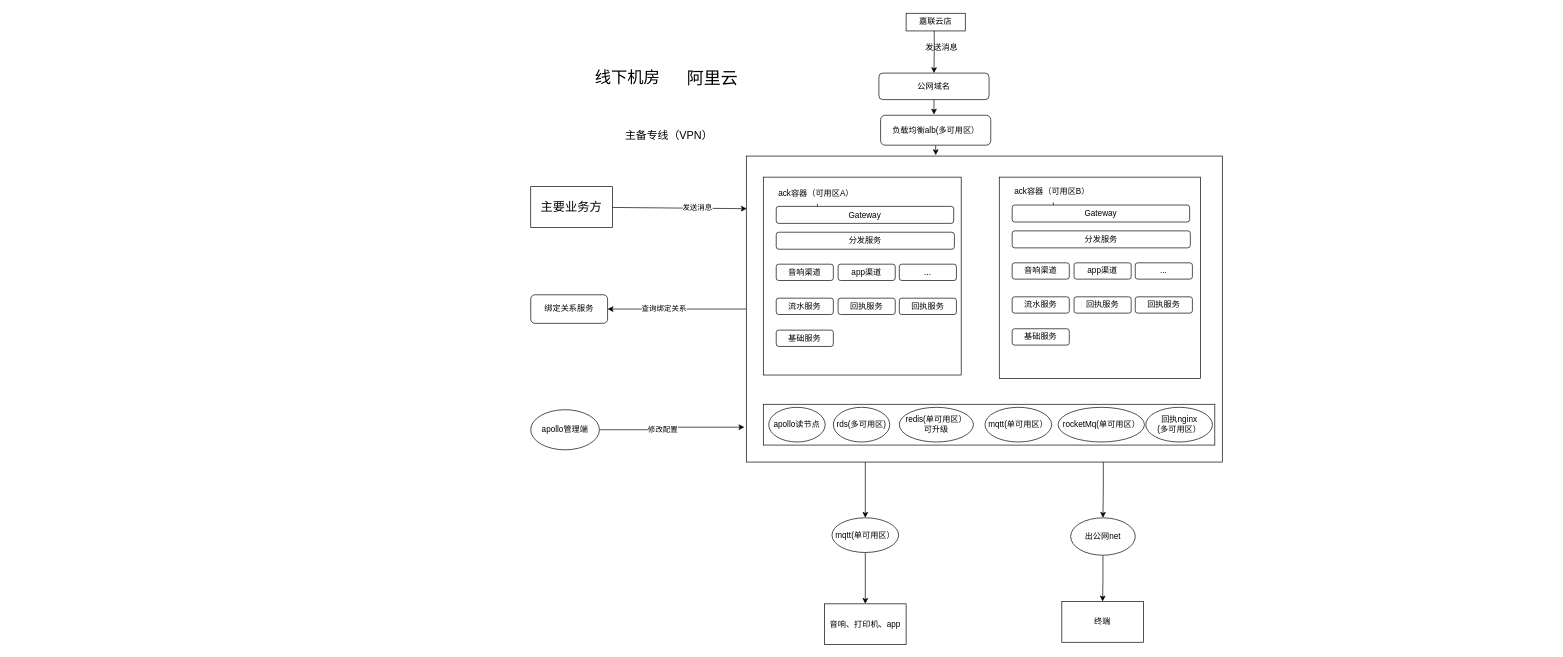
This is 推送可用区分析.drawio from lewis-lab/hello-world, a draw.io file, before an edit. Source tidied: cells renumbered, new cells numbered last; positions are measured from the earlier drawing's top-left corner, leaving out a move shared by most shapes. Both pictures are drawn from the tidied source at 68%, with x=0, y=0 at pixel (530, 13).
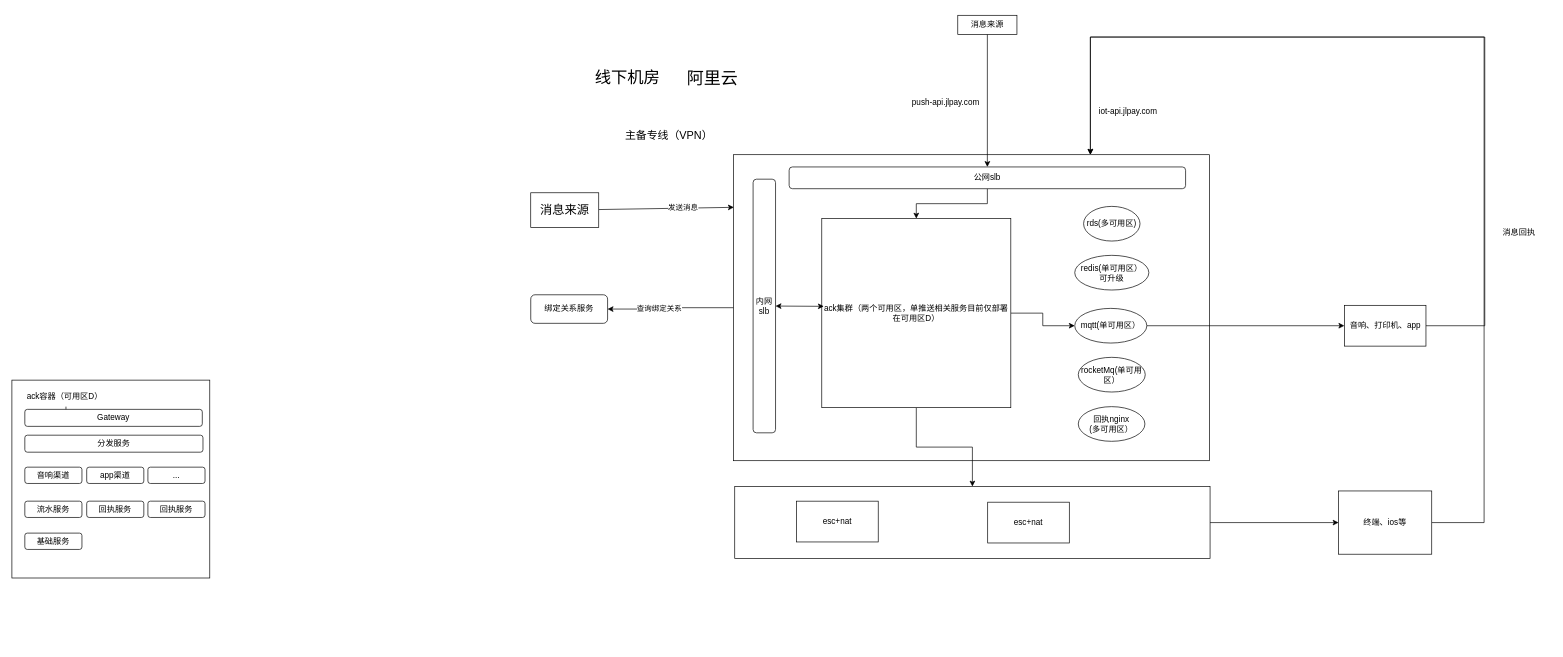
The same page after the edit.

Commit message:
更新推送可用区分析.drawio

What changed in the source:
```diff
@@
-    <mxCell id="4" style="edgeStyle=orthogonalEdgeStyle;rounded=0;jettySize=auto;html=1;exitX=0.25;exitY=1;exitDx=0;exitDy=0;entryX=0.5;entryY=0;entryDx=0;entryDy=0;" parent="1" edge="1" source="6" target="57">
-      <mxGeometry relative="1" as="geometry" />
-    </mxCell>
-    <mxCell id="5" style="edgeStyle=orthogonalEdgeStyle;rounded=0;jettySize=auto;html=1;exitX=0.75;exitY=1;exitDx=0;exitDy=0;entryX=0.5;entryY=0;entryDx=0;entryDy=0;" parent="1" edge="1" source="6" target="53">
-      <mxGeometry relative="1" as="geometry" />
-    </mxCell>
     <mxCell id="6" style="rounded=0;whiteSpace=wrap;html=1;fillStyle=auto;gradientColor=default;fillColor=none;" parent="1" vertex="1">
-      <mxGeometry x="317" y="210" width="700" height="450" as="geometry" />
+      <mxGeometry x="298" y="208" width="700" height="450" as="geometry" />
     </mxCell>
-    <mxCell id="7" style="edgeStyle=orthogonalEdgeStyle;rounded=0;jettySize=auto;html=1;exitX=0.5;exitY=1;exitDx=0;exitDy=0;" parent="1" edge="1" source="8">
-      <mxGeometry relative="1" as="geometry">
-        <mxPoint x="593" y="149" as="targetPoint" />
-        <Array as="points">
-          <mxPoint x="593" y="149" />
-          <mxPoint x="593" y="149" />
-        </Array>
-      </mxGeometry>
-    </mxCell>
-    <mxCell id="8" value="公网域名" style="rounded=1;whiteSpace=wrap;html=1;" parent="1" vertex="1">
-      <mxGeometry x="512" y="88" width="162" height="39" as="geometry" />
-    </mxCell>
     <mxCell id="9" style="whiteSpace=wrap;html=1;" parent="1" vertex="1">
-      <mxGeometry x="342" y="241" width="291" height="291" as="geometry" />
+      <mxGeometry x="-763" y="539.5" width="291" height="291" as="geometry" />
     </mxCell>
@@
-    <mxCell id="11" value="ack容器（可用区A）&amp;nbsp;" style="text;html=1;strokeColor=none;fillColor=none;align=center;verticalAlign=middle;whiteSpace=wrap;rounded=0;" parent="1" vertex="1">
-      <mxGeometry x="342" y="250" width="159" height="30" as="geometry" />
+    <mxCell id="11" value="ack容器（可用区D）&amp;nbsp;" style="text;html=1;strokeColor=none;fillColor=none;align=center;verticalAlign=middle;whiteSpace=wrap;rounded=0;" parent="1" vertex="1">
+      <mxGeometry x="-763" y="548.5" width="159" height="30" as="geometry" />
     </mxCell>
     <mxCell id="12" value="Gateway" style="rounded=1;whiteSpace=wrap;html=1;" parent="1" vertex="1">
-      <mxGeometry x="361" y="284" width="261" height="25" as="geometry" />
+      <mxGeometry x="-744" y="582.5" width="261" height="25" as="geometry" />
     </mxCell>
     <mxCell id="13" value="分发服务" style="rounded=1;whiteSpace=wrap;html=1;" parent="1" vertex="1">
-      <mxGeometry x="361" y="322" width="262" height="25" as="geometry" />
+      <mxGeometry x="-744" y="620.5" width="262" height="25" as="geometry" />
     </mxCell>
     <mxCell id="14" value="音响渠道" style="rounded=1;whiteSpace=wrap;html=1;" parent="1" vertex="1">
-      <mxGeometry x="361" y="369" width="84" height="24" as="geometry" />
+      <mxGeometry x="-744" y="667.5" width="84" height="24" as="geometry" />
     </mxCell>
     <mxCell id="15" value="app渠道" style="rounded=1;whiteSpace=wrap;html=1;" parent="1" vertex="1">
-      <mxGeometry x="452" y="369" width="84" height="24" as="geometry" />
+      <mxGeometry x="-653" y="667.5" width="84" height="24" as="geometry" />
     </mxCell>
     <mxCell id="16" value="..." style="rounded=1;whiteSpace=wrap;html=1;" parent="1" vertex="1">
-      <mxGeometry x="542" y="369" width="84" height="24" as="geometry" />
+      <mxGeometry x="-563" y="667.5" width="84" height="24" as="geometry" />
     </mxCell>
     <mxCell id="17" value="流水服务" style="rounded=1;whiteSpace=wrap;html=1;" parent="1" vertex="1">
-      <mxGeometry x="361" y="419" width="84" height="24" as="geometry" />
+      <mxGeometry x="-744" y="717.5" width="84" height="24" as="geometry" />
     </mxCell>
     <mxCell id="18" value="回执服务" style="rounded=1;whiteSpace=wrap;html=1;" parent="1" vertex="1">
-      <mxGeometry x="452" y="419" width="84" height="24" as="geometry" />
+      <mxGeometry x="-653" y="717.5" width="84" height="24" as="geometry" />
     </mxCell>
     <mxCell id="19" value="回执服务" style="rounded=1;whiteSpace=wrap;html=1;" parent="1" vertex="1">
-      <mxGeometry x="542" y="419" width="84" height="24" as="geometry" />
+      <mxGeometry x="-563" y="717.5" width="84" height="24" as="geometry" />
     </mxCell>
     <mxCell id="20" value="基础服务" style="rounded=1;whiteSpace=wrap;html=1;" parent="1" vertex="1">
-      <mxGeometry x="361" y="466" width="84" height="24" as="geometry" />
+      <mxGeometry x="-744" y="764.5" width="84" height="24" as="geometry" />
     </mxCell>
-    <mxCell id="21" style="whiteSpace=wrap;html=1;" parent="1" vertex="1">
-      <mxGeometry x="689" y="241" width="296" height="296" as="geometry" />
-    </mxCell>
-    <mxCell id="22" style="edgeStyle=orthogonalEdgeStyle;rounded=0;jettySize=auto;html=1;" parent="1" edge="1" source="23" target="24">
-      <mxGeometry relative="1" as="geometry" />
-    </mxCell>
-    <mxCell id="23" value="ack容器（可用区B）&amp;nbsp;" style="text;html=1;strokeColor=none;fillColor=none;align=center;verticalAlign=middle;whiteSpace=wrap;rounded=0;" parent="1" vertex="1">
-      <mxGeometry x="689" y="248" width="159" height="30" as="geometry" />
-    </mxCell>
-    <mxCell id="24" value="Gateway" style="rounded=1;whiteSpace=wrap;html=1;" parent="1" vertex="1">
-      <mxGeometry x="708" y="282" width="261" height="25" as="geometry" />
-    </mxCell>
-    <mxCell id="25" value="分发服务" style="rounded=1;whiteSpace=wrap;html=1;" parent="1" vertex="1">
-      <mxGeometry x="708" y="320" width="262" height="25" as="geometry" />
-    </mxCell>
-    <mxCell id="26" value="音响渠道" style="rounded=1;whiteSpace=wrap;html=1;" parent="1" vertex="1">
-      <mxGeometry x="708" y="367" width="84" height="24" as="geometry" />
-    </mxCell>
-    <mxCell id="27" value="app渠道" style="rounded=1;whiteSpace=wrap;html=1;" parent="1" vertex="1">
-      <mxGeometry x="799" y="367" width="84" height="24" as="geometry" />
-    </mxCell>
-    <mxCell id="28" value="..." style="rounded=1;whiteSpace=wrap;html=1;" parent="1" vertex="1">
-      <mxGeometry x="889" y="367" width="84" height="24" as="geometry" />
-    </mxCell>
-    <mxCell id="29" value="流水服务" style="rounded=1;whiteSpace=wrap;html=1;" parent="1" vertex="1">
-      <mxGeometry x="708" y="417" width="84" height="24" as="geometry" />
-    </mxCell>
-    <mxCell id="30" value="回执服务" style="rounded=1;whiteSpace=wrap;html=1;" parent="1" vertex="1">
-      <mxGeometry x="799" y="417" width="84" height="24" as="geometry" />
-    </mxCell>
-    <mxCell id="31" value="回执服务" style="rounded=1;whiteSpace=wrap;html=1;" parent="1" vertex="1">
-      <mxGeometry x="889" y="417" width="84" height="24" as="geometry" />
-    </mxCell>
-    <mxCell id="32" value="基础服务" style="rounded=1;whiteSpace=wrap;html=1;" parent="1" vertex="1">
-      <mxGeometry x="708" y="464" width="84" height="24" as="geometry" />
-    </mxCell>
@@
-    <mxCell id="37" style="edgeStyle=orthogonalEdgeStyle;rounded=0;orthogonalLoop=1;jettySize=auto;html=1;exitX=0.5;exitY=1;exitDx=0;exitDy=0;" parent="1" edge="1" source="6" target="6">
-      <mxGeometry relative="1" as="geometry" />
+    <mxCell id="37" style="edgeStyle=orthogonalEdgeStyle;rounded=0;orthogonalLoop=1;jettySize=auto;html=1;exitX=0.5;exitY=1;exitDx=0;exitDy=0;" parent="1" edge="1">
+      <mxGeometry relative="1" as="geometry">
+        <mxPoint x="1493" y="620" as="sourcePoint" />
+        <mxPoint x="1493" y="620" as="targetPoint" />
+      </mxGeometry>
     </mxCell>
-    <mxCell id="38" style="rounded=0;whiteSpace=wrap;html=1;" parent="1" vertex="1">
-      <mxGeometry x="342" y="575" width="664" height="60" as="geometry" />
-    </mxCell>
-    <mxCell id="39" value="apollo读节点" style="ellipse;whiteSpace=wrap;html=1;" parent="1" vertex="1">
-      <mxGeometry x="350" y="579.5" width="83" height="51" as="geometry" />
-    </mxCell>
     <mxCell id="40" value="rds(多可用区)" style="ellipse;whiteSpace=wrap;html=1;" parent="1" vertex="1">
-      <mxGeometry x="445" y="579.5" width="83" height="51" as="geometry" />
+      <mxGeometry x="813" y="284" width="83" height="51" as="geometry" />
     </mxCell>
     <mxCell id="41" value="redis(单可用区）&lt;br&gt;可升级" style="ellipse;whiteSpace=wrap;html=1;" parent="1" vertex="1">
-      <mxGeometry x="542" y="579.5" width="109" height="51" as="geometry" />
+      <mxGeometry x="800" y="356" width="109" height="51" as="geometry" />
     </mxCell>
@@
     <mxCell id="43" value="rocketMq(单可用区）" style="ellipse;whiteSpace=wrap;html=1;" parent="1" vertex="1">
-      <mxGeometry x="775.5" y="579.5" width="127" height="51" as="geometry" />
+      <mxGeometry x="805.2" y="506" width="98.5" height="51" as="geometry" />
     </mxCell>
-    <mxCell id="44" style="edgeStyle=orthogonalEdgeStyle;rounded=0;orthogonalLoop=1;jettySize=auto;html=1;exitX=0.5;exitY=1;exitDx=0;exitDy=0;" parent="1" edge="1" source="6" target="6">
-      <mxGeometry relative="1" as="geometry" />
+    <mxCell id="44" style="edgeStyle=orthogonalEdgeStyle;rounded=0;orthogonalLoop=1;jettySize=auto;html=1;exitX=0.5;exitY=1;exitDx=0;exitDy=0;" parent="1" edge="1">
+      <mxGeometry relative="1" as="geometry">
+        <mxPoint x="1493" y="620" as="sourcePoint" />
+        <mxPoint x="1493" y="620" as="targetPoint" />
+      </mxGeometry>
     </mxCell>
-    <mxCell id="45" style="edgeStyle=orthogonalEdgeStyle;rounded=0;jettySize=auto;html=1;entryX=-0.004;entryY=0.886;entryDx=0;entryDy=0;entryPerimeter=0;" parent="1" edge="1" source="47" target="6">
-      <mxGeometry relative="1" as="geometry" />
-    </mxCell>
-    <mxCell id="46" value="修改配置" style="edgeLabel;html=1;align=center;verticalAlign=middle;" parent="45" vertex="1">
-      <mxGeometry x="-0.15" y="1" relative="1" as="geometry" />
-    </mxCell>
-    <mxCell id="47" value="apollo管理端" style="ellipse;whiteSpace=wrap;html=1;" parent="1" vertex="1">
-      <mxGeometry y="583" width="101" height="59" as="geometry" />
-    </mxCell>
@@
+    <mxCell id="63" style="edgeStyle=orthogonalEdgeStyle;rounded=0;jettySize=auto;html=1;" parent="1" edge="1" source="49" target="58">
+      <mxGeometry relative="1" as="geometry" />
+    </mxCell>
     <mxCell id="49" value="mqtt(单可用区）" style="ellipse;whiteSpace=wrap;html=1;" parent="1" vertex="1">
-      <mxGeometry x="668" y="579.5" width="98" height="51" as="geometry" />
+      <mxGeometry x="800" y="434" width="106" height="51" as="geometry" />
     </mxCell>
     <mxCell id="50" value="回执nginx&lt;br&gt;(多可用区）" style="ellipse;whiteSpace=wrap;html=1;" parent="1" vertex="1">
-      <mxGeometry x="904.5" y="579.5" width="98" height="51" as="geometry" />
+      <mxGeometry x="805.2" y="578.5" width="98" height="51" as="geometry" />
     </mxCell>
-    <mxCell id="51" value="&lt;font style=&quot;font-size: 18px;&quot;&gt;主要业务方&lt;/font&gt;" style="rounded=0;whiteSpace=wrap;html=1;" parent="1" vertex="1">
-      <mxGeometry y="255" width="120" height="60" as="geometry" />
+    <mxCell id="51" value="&lt;font style=&quot;font-size: 18px;&quot;&gt;消息来源&lt;/font&gt;" style="rounded=0;whiteSpace=wrap;html=1;" parent="1" vertex="1">
+      <mxGeometry y="264" width="100" height="51" as="geometry" />
     </mxCell>
-    <mxCell id="52" style="edgeStyle=orthogonalEdgeStyle;rounded=0;jettySize=auto;html=1;entryX=0.5;entryY=0;entryDx=0;entryDy=0;" parent="1" edge="1" source="53" target="59">
-      <mxGeometry relative="1" as="geometry" />
-    </mxCell>
-    <mxCell id="53" value="出公网net" style="ellipse;whiteSpace=wrap;html=1;" parent="1" vertex="1">
-      <mxGeometry x="794" y="742" width="95" height="55" as="geometry" />
-    </mxCell>
-    <mxCell id="54" style="edgeStyle=orthogonalEdgeStyle;rounded=0;jettySize=auto;html=1;" parent="1" edge="1" target="8">
-      <mxGeometry relative="1" as="geometry">
-        <mxPoint x="593" y="5" as="sourcePoint" />
-      </mxGeometry>
-    </mxCell>
-    <mxCell id="55" value="发送消息" style="text;html=1;align=center;verticalAlign=middle;strokeColor=none;fillColor=none;" parent="1" vertex="1">
-      <mxGeometry x="571" y="38" width="66" height="26" as="geometry" />
-    </mxCell>
-    <mxCell id="56" style="edgeStyle=orthogonalEdgeStyle;rounded=0;jettySize=auto;html=1;" parent="1" edge="1" source="57" target="58">
-      <mxGeometry relative="1" as="geometry" />
-    </mxCell>
-    <mxCell id="57" value="mqtt(单可用区）" style="ellipse;whiteSpace=wrap;html=1;" parent="1" vertex="1">
-      <mxGeometry x="443" y="742" width="98" height="51" as="geometry" />
-    </mxCell>
+    <mxCell id="64" style="edgeStyle=orthogonalEdgeStyle;rounded=0;jettySize=auto;html=1;entryX=0.75;entryY=0;entryDx=0;entryDy=0;" parent="1" edge="1" source="58" target="6">
+      <mxGeometry relative="1" as="geometry">
+        <Array as="points">
+          <mxPoint x="1403" y="460" />
+          <mxPoint x="1403" y="35" />
+          <mxPoint x="823" y="35" />
+        </Array>
+      </mxGeometry>
+    </mxCell>
     <mxCell id="58" value="音响、打印机、app" style="whiteSpace=wrap;html=1;" parent="1" vertex="1">
-      <mxGeometry x="432" y="868.5" width="120" height="60" as="geometry" />
+      <mxGeometry x="1196.5" y="429.5" width="120" height="60" as="geometry" />
     </mxCell>
-    <mxCell id="59" value="终端" style="whiteSpace=wrap;html=1;" parent="1" vertex="1">
-      <mxGeometry x="781" y="865" width="120" height="60" as="geometry" />
-    </mxCell>
+    <mxCell id="65" style="edgeStyle=orthogonalEdgeStyle;rounded=0;jettySize=auto;html=1;entryX=0.5;entryY=0;entryDx=0;entryDy=0;" parent="1" edge="1" source="60" target="67">
+      <mxGeometry relative="1" as="geometry" />
+    </mxCell>
-    <mxCell id="60" value="嘉联云店" style="rounded=0;whiteSpace=wrap;html=1;" parent="1" vertex="1">
-      <mxGeometry x="552" width="87" height="26" as="geometry" />
+    <mxCell id="60" value="消息来源" style="rounded=0;whiteSpace=wrap;html=1;" parent="1" vertex="1">
+      <mxGeometry x="628" y="3" width="87" height="28" as="geometry" />
     </mxCell>
-    <mxCell id="61" style="edgeStyle=orthogonalEdgeStyle;rounded=0;jettySize=auto;html=1;exitX=0.5;exitY=1;exitDx=0;exitDy=0;entryX=0.398;entryY=-0.003;entryDx=0;entryDy=0;entryPerimeter=0;" parent="1" edge="1" source="62" target="6">
-      <mxGeometry relative="1" as="geometry" />
-    </mxCell>
-    <mxCell id="62" value="负载均衡alb(多可用区）" style="rounded=1;whiteSpace=wrap;html=1;" parent="1" vertex="1">
-      <mxGeometry x="514.5" y="150" width="162" height="44" as="geometry" />
-    </mxCell>
+    <mxCell id="66" style="edgeStyle=orthogonalEdgeStyle;rounded=0;jettySize=auto;html=1;" parent="1" edge="1" source="67" target="72">
+      <mxGeometry relative="1" as="geometry" />
+    </mxCell>
+    <mxCell id="67" value="公网slb" style="rounded=1;whiteSpace=wrap;html=1;" parent="1" vertex="1">
+      <mxGeometry x="380" y="226" width="583" height="32" as="geometry" />
+    </mxCell>
+    <mxCell id="68" value="push-api.jlpay.com" style="text;html=1;align=center;verticalAlign=middle;strokeColor=none;fillColor=none;" parent="1" vertex="1">
+      <mxGeometry x="551" y="119" width="117" height="26" as="geometry" />
+    </mxCell>
+    <mxCell id="69" value="内网slb" style="rounded=1;whiteSpace=wrap;html=1;" parent="1" vertex="1">
+      <mxGeometry x="327" y="244" width="33" height="373" as="geometry" />
+    </mxCell>
+    <mxCell id="70" style="edgeStyle=orthogonalEdgeStyle;rounded=0;jettySize=auto;html=1;exitX=1;exitY=0.5;exitDx=0;exitDy=0;" parent="1" edge="1" source="72" target="49">
+      <mxGeometry relative="1" as="geometry" />
+    </mxCell>
+    <mxCell id="71" style="edgeStyle=orthogonalEdgeStyle;rounded=0;jettySize=auto;html=1;exitX=0.5;exitY=1;exitDx=0;exitDy=0;" parent="1" edge="1" source="72" target="75">
+      <mxGeometry relative="1" as="geometry" />
+    </mxCell>
+    <mxCell id="72" value="ack集群（两个可用区，单推送相关服务目前仅部署在可用区D）" style="whiteSpace=wrap;html=1;" parent="1" vertex="1">
+      <mxGeometry x="428" y="302" width="278" height="278" as="geometry" />
+    </mxCell>
+    <mxCell id="73" style="endArrow=classic;startArrow=classic;html=1;rounded=0;" parent="1" edge="1" source="69">
+      <mxGeometry relative="1" as="geometry">
+        <mxPoint x="431" y="431" as="targetPoint" />
+      </mxGeometry>
+    </mxCell>
+    <mxCell id="74" style="edgeStyle=orthogonalEdgeStyle;rounded=0;jettySize=auto;html=1;" parent="1" edge="1" source="75" target="79">
+      <mxGeometry relative="1" as="geometry" />
+    </mxCell>
+    <mxCell id="75" style="rounded=0;whiteSpace=wrap;html=1;" parent="1" vertex="1">
+      <mxGeometry x="300" y="696" width="699" height="106" as="geometry" />
+    </mxCell>
+    <mxCell id="76" value="esc+nat" style="rounded=0;whiteSpace=wrap;html=1;" parent="1" vertex="1">
+      <mxGeometry x="391" y="717.5" width="120" height="60" as="geometry" />
+    </mxCell>
+    <mxCell id="77" value="esc+nat" style="rounded=0;whiteSpace=wrap;html=1;" parent="1" vertex="1">
+      <mxGeometry x="672" y="719" width="120" height="60" as="geometry" />
+    </mxCell>
+    <mxCell id="78" style="edgeStyle=orthogonalEdgeStyle;rounded=0;jettySize=auto;html=1;entryX=0.75;entryY=0;entryDx=0;entryDy=0;" parent="1" edge="1" source="79" target="6">
+      <mxGeometry relative="1" as="geometry">
+        <Array as="points">
+          <mxPoint x="1402" y="749" />
+          <mxPoint x="1402" y="35" />
+          <mxPoint x="823" y="35" />
+        </Array>
+      </mxGeometry>
+    </mxCell>
+    <mxCell id="79" value="终端、ios等" style="rounded=0;whiteSpace=wrap;html=1;" parent="1" vertex="1">
+      <mxGeometry x="1188" y="702.5" width="137" height="93" as="geometry" />
+    </mxCell>
+    <mxCell id="80" value="iot-api.jlpay.com" style="text;html=1;align=center;verticalAlign=middle;strokeColor=none;fillColor=none;" parent="1" vertex="1">
+      <mxGeometry x="826" y="132" width="104" height="26" as="geometry" />
+    </mxCell>
+    <mxCell id="81" value="消息回执" style="text;html=1;align=center;verticalAlign=middle;strokeColor=none;fillColor=none;" parent="1" vertex="1">
+      <mxGeometry x="1420" y="309" width="66" height="26" as="geometry" />
+    </mxCell>
```
